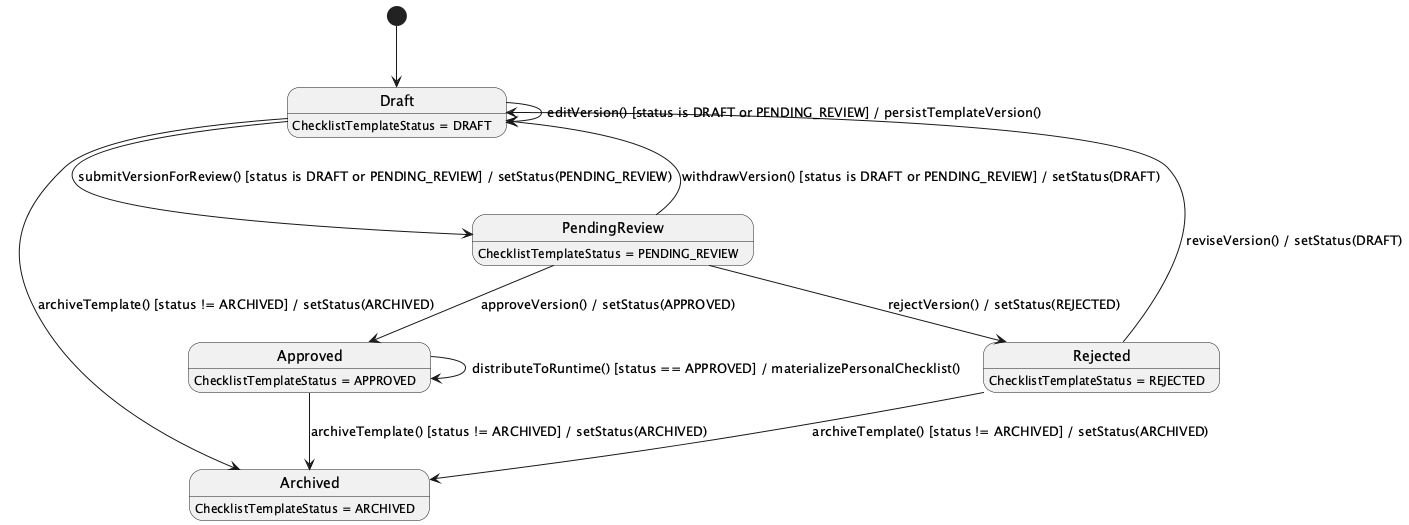
Earlier version of the PlantUML export 03_Design/Detailed_Design/MF09_Content_Hub/images/03_Checklist_Template_Versioning_and_Runtime_Distribution_StateChartDiagram.png (ChuongBDHE172784/CareBridge_SEP490_G79). Its diagram source:
```plantuml
@startuml
hide empty description
[*] --> Draft

Draft --> PendingReview : submitVersionForReview() [status is DRAFT or PENDING_REVIEW] / setStatus(PENDING_REVIEW)
PendingReview --> Draft : withdrawVersion() [status is DRAFT or PENDING_REVIEW] / setStatus(DRAFT)
PendingReview --> Approved : approveVersion() / setStatus(APPROVED)
PendingReview --> Rejected : rejectVersion() / setStatus(REJECTED)
Rejected --> Draft : reviseVersion() / setStatus(DRAFT)
Approved --> Archived : archiveTemplate() [status != ARCHIVED] / setStatus(ARCHIVED)
Draft --> Archived : archiveTemplate() [status != ARCHIVED] / setStatus(ARCHIVED)
Rejected --> Archived : archiveTemplate() [status != ARCHIVED] / setStatus(ARCHIVED)
Approved --> Approved : distributeToRuntime() [status == APPROVED] / materializePersonalChecklist()
Draft --> Draft : editVersion() [status is DRAFT or PENDING_REVIEW] / persistTemplateVersion()

Draft : ChecklistTemplateStatus = DRAFT
PendingReview : ChecklistTemplateStatus = PENDING_REVIEW
Approved : ChecklistTemplateStatus = APPROVED
Rejected : ChecklistTemplateStatus = REJECTED
Archived : ChecklistTemplateStatus = ARCHIVED
@enduml
```
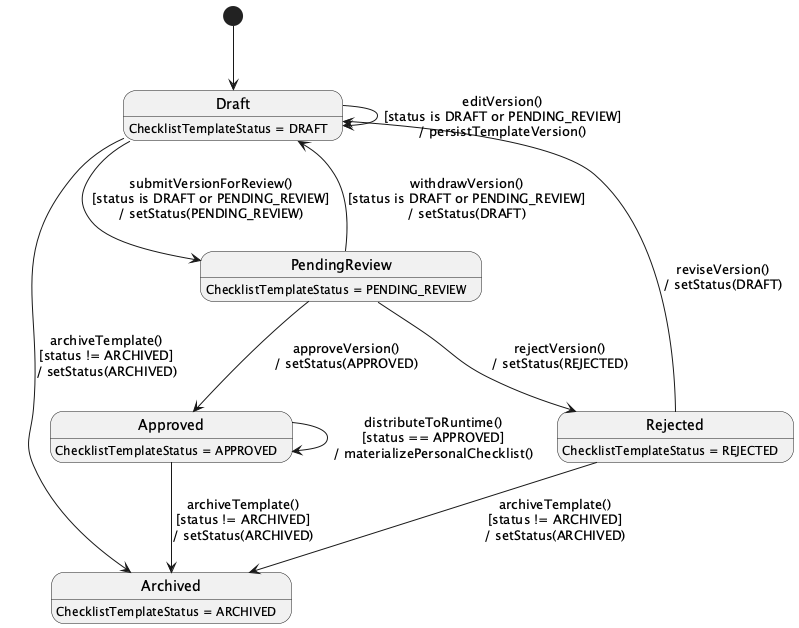
After the commit.

What changed in the source:
```diff
@@ -1,17 +1,17 @@
-@startuml
+@startuml StateChartDiagram_03ChecklistTemplateVersioningandRuntimeDistribution
 hide empty description
 [*] --> Draft
 
-Draft --> PendingReview : submitVersionForReview() [status is DRAFT or PENDING_REVIEW] / setStatus(PENDING_REVIEW)
-PendingReview --> Draft : withdrawVersion() [status is DRAFT or PENDING_REVIEW] / setStatus(DRAFT)
-PendingReview --> Approved : approveVersion() / setStatus(APPROVED)
-PendingReview --> Rejected : rejectVersion() / setStatus(REJECTED)
-Rejected --> Draft : reviseVersion() / setStatus(DRAFT)
-Approved --> Archived : archiveTemplate() [status != ARCHIVED] / setStatus(ARCHIVED)
-Draft --> Archived : archiveTemplate() [status != ARCHIVED] / setStatus(ARCHIVED)
-Rejected --> Archived : archiveTemplate() [status != ARCHIVED] / setStatus(ARCHIVED)
-Approved --> Approved : distributeToRuntime() [status == APPROVED] / materializePersonalChecklist()
-Draft --> Draft : editVersion() [status is DRAFT or PENDING_REVIEW] / persistTemplateVersion()
+Draft --> PendingReview : submitVersionForReview()\n[status is DRAFT or PENDING_REVIEW]\n/ setStatus(PENDING_REVIEW)
+PendingReview --> Draft : withdrawVersion()\n[status is DRAFT or PENDING_REVIEW]\n/ setStatus(DRAFT)
+PendingReview --> Approved : approveVersion()\n/ setStatus(APPROVED)
+PendingReview --> Rejected : rejectVersion()\n/ setStatus(REJECTED)
+Rejected --> Draft : reviseVersion()\n/ setStatus(DRAFT)
+Approved --> Archived : archiveTemplate()\n[status != ARCHIVED]\n/ setStatus(ARCHIVED)
+Draft --> Archived : archiveTemplate()\n[status != ARCHIVED]\n/ setStatus(ARCHIVED)
+Rejected --> Archived : archiveTemplate()\n[status != ARCHIVED]\n/ setStatus(ARCHIVED)
+Approved --> Approved : distributeToRuntime()\n[status == APPROVED]\n/ materializePersonalChecklist()
+Draft --> Draft : editVersion()\n[status is DRAFT or PENDING_REVIEW]\n/ persistTemplateVersion()
 
 Draft : ChecklistTemplateStatus = DRAFT
 PendingReview : ChecklistTemplateStatus = PENDING_REVIEW
```
